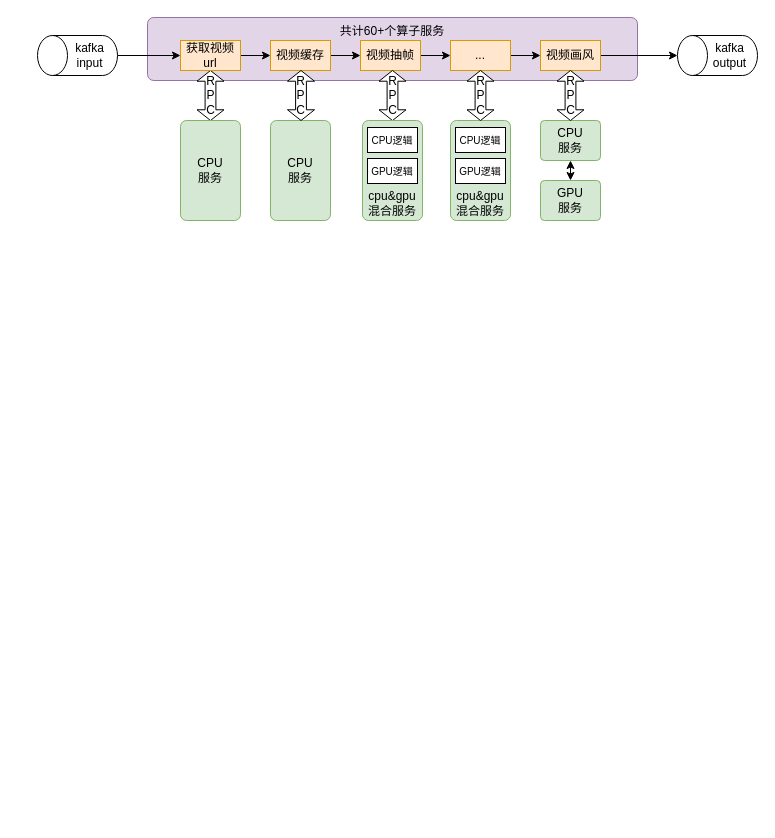
Before: page "第 6 页" (6 of 7) of 视频理解架构.drawio in yantao006/draw_io, a draw.io diagram. Source tidied: cells renumbered, new cells numbered last; positions are measured from the earlier drawing's top-left corner, leaving out a move shared by most shapes. Both pictures are drawn from the tidied source at 100%, with x=0, y=0 at pixel (37, 17).
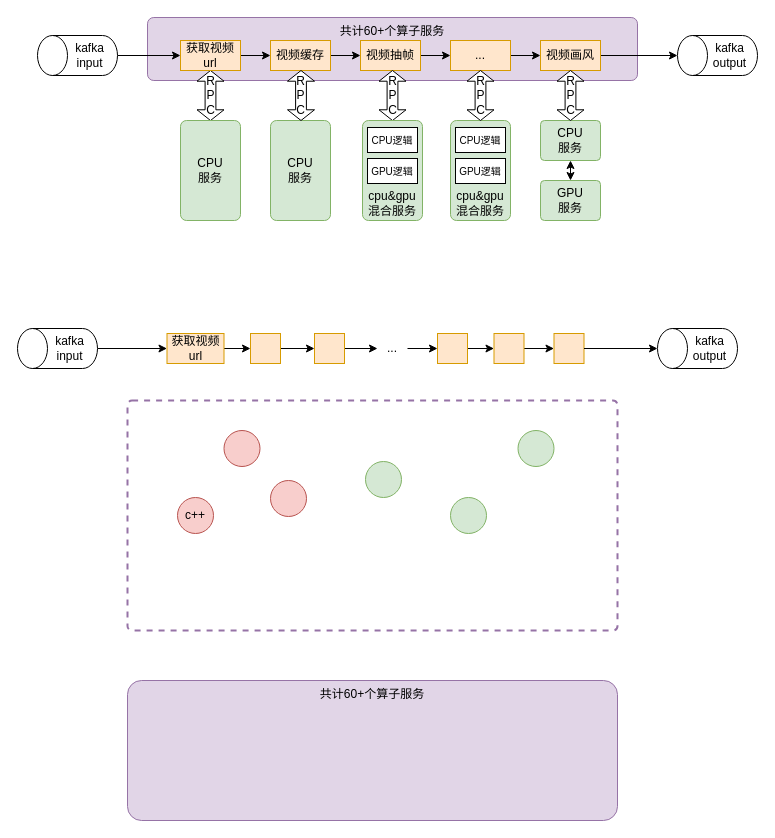
The same page after the edit.

Commit message:
更新视频理解架构.drawio

What changed in the source:
```diff
@@
+    <mxCell id="34" value="共计60+个算子服务" style="rounded=1;whiteSpace=wrap;html=1;arcSize=10;fillColor=#e1d5e7;strokeColor=#9673a6;verticalAlign=top;" parent="1" vertex="1">
+      <mxGeometry x="90" y="663" width="490" height="140" as="geometry" />
+    </mxCell>
+    <mxCell id="35" value="kafka&lt;div&gt;output&lt;/div&gt;" style="shape=cylinder3;whiteSpace=wrap;html=1;boundedLbl=1;backgroundOutline=1;size=15;direction=north;" parent="1" vertex="1">
+      <mxGeometry x="620" y="311" width="80" height="40" as="geometry" />
+    </mxCell>
+    <mxCell id="36" style="edgeStyle=orthogonalEdgeStyle;rounded=0;jettySize=auto;html=1;exitX=0.5;exitY=1;exitDx=0;exitDy=0;exitPerimeter=0;" parent="1" edge="1" source="37" target="39">
+      <mxGeometry relative="1" as="geometry" />
+    </mxCell>
+    <mxCell id="37" value="kafka&lt;div&gt;input&lt;/div&gt;" style="shape=cylinder3;whiteSpace=wrap;html=1;boundedLbl=1;backgroundOutline=1;size=15;direction=north;" parent="1" vertex="1">
+      <mxGeometry x="-20" y="311" width="80" height="40" as="geometry" />
+    </mxCell>
+    <mxCell id="38" style="edgeStyle=orthogonalEdgeStyle;rounded=0;jettySize=auto;html=1;exitX=1;exitY=0.5;exitDx=0;exitDy=0;" parent="1" edge="1" source="39" target="41">
+      <mxGeometry relative="1" as="geometry" />
+    </mxCell>
+    <mxCell id="39" value="获取视频url" style="rounded=0;whiteSpace=wrap;html=1;fillColor=#ffe6cc;strokeColor=#d79b00;" parent="1" vertex="1">
+      <mxGeometry x="129.5" y="316" width="57" height="30" as="geometry" />
+    </mxCell>
+    <mxCell id="40" style="edgeStyle=orthogonalEdgeStyle;rounded=0;jettySize=auto;html=1;exitX=1;exitY=0.5;exitDx=0;exitDy=0;" parent="1" edge="1" source="41" target="43">
+      <mxGeometry relative="1" as="geometry" />
+    </mxCell>
+    <mxCell id="41" style="rounded=0;whiteSpace=wrap;html=1;fillColor=#ffe6cc;strokeColor=#d79b00;" parent="1" vertex="1">
+      <mxGeometry x="213" y="316" width="30" height="30" as="geometry" />
+    </mxCell>
+    <mxCell id="42" style="edgeStyle=orthogonalEdgeStyle;rounded=0;jettySize=auto;html=1;exitX=1;exitY=0.5;exitDx=0;exitDy=0;" parent="1" edge="1" source="43" target="45">
+      <mxGeometry relative="1" as="geometry" />
+    </mxCell>
+    <mxCell id="43" style="rounded=0;whiteSpace=wrap;html=1;fillColor=#ffe6cc;strokeColor=#d79b00;" parent="1" vertex="1">
+      <mxGeometry x="277" y="316" width="30" height="30" as="geometry" />
+    </mxCell>
+    <mxCell id="44" style="edgeStyle=orthogonalEdgeStyle;rounded=0;jettySize=auto;html=1;exitX=1;exitY=0.5;exitDx=0;exitDy=0;entryX=0;entryY=0.5;entryDx=0;entryDy=0;" parent="1" edge="1" source="45" target="47">
+      <mxGeometry relative="1" as="geometry" />
+    </mxCell>
+    <mxCell id="45" value="..." style="rounded=0;whiteSpace=wrap;html=1;fillColor=none;strokeColor=none;" parent="1" vertex="1">
+      <mxGeometry x="340" y="316" width="30" height="30" as="geometry" />
+    </mxCell>
+    <mxCell id="46" style="edgeStyle=orthogonalEdgeStyle;rounded=0;jettySize=auto;html=1;exitX=1;exitY=0.5;exitDx=0;exitDy=0;entryX=0;entryY=0.5;entryDx=0;entryDy=0;" parent="1" edge="1" source="47" target="50">
+      <mxGeometry relative="1" as="geometry" />
+    </mxCell>
+    <mxCell id="47" style="rounded=0;whiteSpace=wrap;html=1;fillColor=#ffe6cc;strokeColor=#d79b00;" parent="1" vertex="1">
+      <mxGeometry x="400" y="316" width="30" height="30" as="geometry" />
+    </mxCell>
+    <mxCell id="48" style="rounded=1;whiteSpace=wrap;html=1;arcSize=2;fillColor=default;strokeColor=#9673a6;verticalAlign=top;dashed=1;strokeWidth=2;" parent="1" vertex="1">
+      <mxGeometry x="90" y="383" width="490" height="230" as="geometry" />
+    </mxCell>
+    <mxCell id="49" style="edgeStyle=orthogonalEdgeStyle;rounded=0;jettySize=auto;html=1;exitX=1;exitY=0.5;exitDx=0;exitDy=0;entryX=0;entryY=0.5;entryDx=0;entryDy=0;" parent="1" edge="1" source="50" target="51">
+      <mxGeometry relative="1" as="geometry" />
+    </mxCell>
+    <mxCell id="50" style="rounded=0;whiteSpace=wrap;html=1;fillColor=#ffe6cc;strokeColor=#d79b00;" parent="1" vertex="1">
+      <mxGeometry x="456.5" y="316" width="30" height="30" as="geometry" />
+    </mxCell>
+    <mxCell id="51" style="rounded=0;whiteSpace=wrap;html=1;fillColor=#ffe6cc;strokeColor=#d79b00;" parent="1" vertex="1">
+      <mxGeometry x="516.5" y="316" width="30" height="30" as="geometry" />
+    </mxCell>
+    <mxCell id="52" style="edgeStyle=orthogonalEdgeStyle;rounded=0;jettySize=auto;html=1;exitX=1;exitY=0.5;exitDx=0;exitDy=0;entryX=0.5;entryY=0;entryDx=0;entryDy=0;entryPerimeter=0;" parent="1" edge="1" source="51" target="35">
+      <mxGeometry relative="1" as="geometry" />
+    </mxCell>
+    <mxCell id="53" style="ellipse;whiteSpace=wrap;html=1;fillColor=#f8cecc;strokeColor=#b85450;" parent="1" vertex="1">
+      <mxGeometry x="186.5" y="413" width="36" height="36" as="geometry" />
+    </mxCell>
+    <mxCell id="54" value="c++" style="ellipse;whiteSpace=wrap;html=1;fillColor=#f8cecc;strokeColor=#b85450;" parent="1" vertex="1">
+      <mxGeometry x="140" y="480" width="36" height="36" as="geometry" />
+    </mxCell>
+    <mxCell id="55" style="ellipse;whiteSpace=wrap;html=1;fillColor=#f8cecc;strokeColor=#b85450;" parent="1" vertex="1">
+      <mxGeometry x="233" y="463" width="36" height="36" as="geometry" />
+    </mxCell>
+    <mxCell id="56" style="ellipse;whiteSpace=wrap;html=1;fillColor=#d5e8d4;strokeColor=#82b366;" parent="1" vertex="1">
+      <mxGeometry x="328" y="444" width="36" height="36" as="geometry" />
+    </mxCell>
+    <mxCell id="57" style="ellipse;whiteSpace=wrap;html=1;fillColor=#d5e8d4;strokeColor=#82b366;" parent="1" vertex="1">
+      <mxGeometry x="413" y="480" width="36" height="36" as="geometry" />
+    </mxCell>
+    <mxCell id="58" style="ellipse;whiteSpace=wrap;html=1;fillColor=#d5e8d4;strokeColor=#82b366;" parent="1" vertex="1">
+      <mxGeometry x="480.5" y="413" width="36" height="36" as="geometry" />
+    </mxCell>
```
